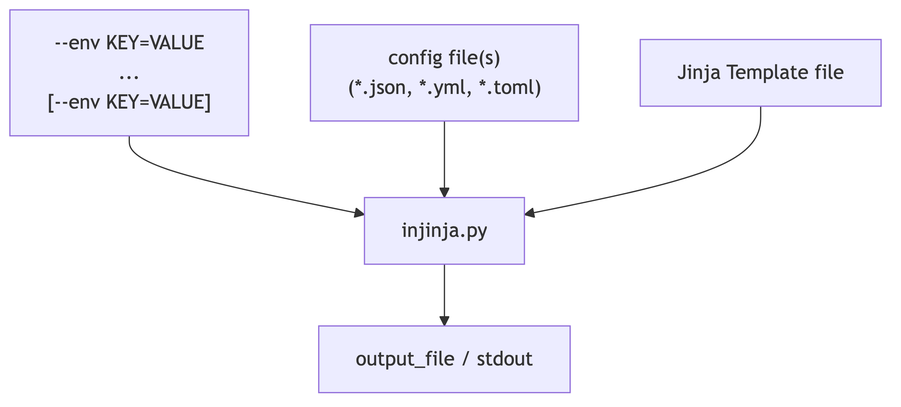
Earlier version of the Mermaid export diagrams/overview.png (neozenith/injinja). Its source is kept beside it as diagrams/overview.mmd. Its diagram source:
```mermaid
flowchart TD
    output["`output_file / stdout `"]
    environment_variable["
    --env KEY=VALUE
    ...
    [--env KEY=VALUE]"]

    config_file["config file(s)
    (*.json, *.yml, *.toml)"]

    template_file["Jinja Template file"]

    environment_variable --> injinja.py
    config_file --> injinja.py
    template_file --> injinja.py
    injinja.py --> output
```
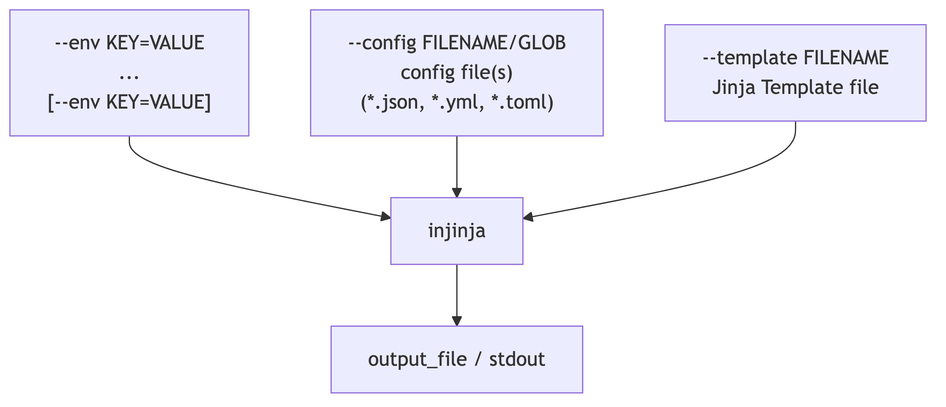
The same file after the commit.

Change to the diagram source:
```diff
@@ -5,12 +5,14 @@
     ...
     [--env KEY=VALUE]"]
 
-    config_file["config file(s)
+    config_file["--config FILENAME/GLOB
+    config file(s)
     (*.json, *.yml, *.toml)"]
 
-    template_file["Jinja Template file"]
+    template_file["--template FILENAME
+    Jinja Template file"]
 
-    environment_variable --> injinja.py
-    config_file --> injinja.py
-    template_file --> injinja.py
-    injinja.py --> output
+    environment_variable --> injinja
+    config_file --> injinja
+    template_file --> injinja
+    injinja --> output
```
